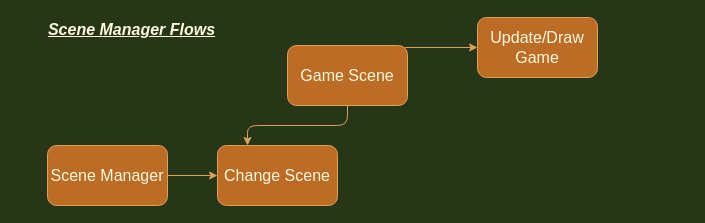
Above: page "SceneManager" (4 of 4) of flow_chart/Flow.drawio in MounirAia/Web-Shoot-em-up (draw.io), before the change. Source tidied: cells renumbered, new cells numbered last; positions are measured from the earlier drawing's top-left corner, leaving out a move shared by most shapes. Both pictures are drawn from the tidied source at 100%, with x=0, y=0 at pixel (41, 17).
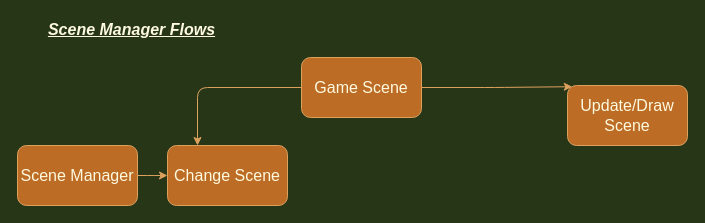
The same diagram, later.

The edit, as a diff of the source:
```diff
@@
 <mxGraphModel background="#283618">
   <root>
     <mxCell id="0" />
     <mxCell id="1" parent="0" />
     <mxCell id="2" value="&lt;u style=&quot;font-size: 16px&quot;&gt;&lt;b&gt;&lt;i&gt;Scene Manager Flows&lt;/i&gt;&lt;/b&gt;&lt;/u&gt;" style="text;html=1;align=center;verticalAlign=middle;strokeColor=none;fillColor=none;fontColor=#FEFAE0;" parent="1" vertex="1">
       <mxGeometry y="2" width="180" height="20" as="geometry" />
     </mxCell>
     <mxCell id="3" style="edgeStyle=orthogonalEdgeStyle;curved=0;rounded=1;sketch=0;jettySize=auto;html=1;fontColor=#FEFAE0;strokeColor=#DDA15E;fillColor=#BC6C25;" parent="1" edge="1" source="4" target="5">
       <mxGeometry relative="1" as="geometry" />
     </mxCell>
     <mxCell id="4" value="&lt;span style=&quot;font-size: 16px&quot;&gt;Scene Manager&lt;/span&gt;" style="rounded=1;whiteSpace=wrap;html=1;sketch=0;fontColor=#FEFAE0;strokeColor=#DDA15E;fillColor=#BC6C25;" parent="1" vertex="1">
-      <mxGeometry x="6" y="128" width="120" height="60" as="geometry" />
+      <mxGeometry x="-24" y="128" width="120" height="60" as="geometry" />
     </mxCell>
     <mxCell id="5" value="&lt;span style=&quot;font-size: 16px&quot;&gt;Change Scene&lt;/span&gt;" style="rounded=1;whiteSpace=wrap;html=1;sketch=0;fontColor=#FEFAE0;strokeColor=#DDA15E;fillColor=#BC6C25;" parent="1" vertex="1">
-      <mxGeometry x="176" y="128" width="120" height="60" as="geometry" />
+      <mxGeometry x="126" y="128" width="120" height="60" as="geometry" />
     </mxCell>
     <mxCell id="6" style="edgeStyle=orthogonalEdgeStyle;curved=0;rounded=1;sketch=0;jettySize=auto;html=1;entryX=0.25;entryY=0;entryDx=0;entryDy=0;fontColor=#FEFAE0;strokeColor=#DDA15E;fillColor=#BC6C25;" parent="1" edge="1" source="8" target="5">
       <mxGeometry relative="1" as="geometry" />
     </mxCell>
-    <mxCell id="7" style="edgeStyle=orthogonalEdgeStyle;curved=0;rounded=1;sketch=0;jettySize=auto;html=1;fontColor=#FEFAE0;strokeColor=#DDA15E;fillColor=#BC6C25;exitX=0.98;exitY=0.033;exitDx=0;exitDy=0;exitPerimeter=0;" parent="1" edge="1" source="8" target="9">
+    <mxCell id="7" style="edgeStyle=orthogonalEdgeStyle;curved=0;rounded=1;sketch=0;jettySize=auto;html=1;exitX=1;exitY=0.5;exitDx=0;exitDy=0;entryX=0.04;entryY=0.02;entryDx=0;entryDy=0;fontColor=#FEFAE0;strokeColor=#DDA15E;fillColor=#BC6C25;entryPerimeter=0;" parent="1" edge="1" source="8" target="9">
       <mxGeometry relative="1" as="geometry" />
     </mxCell>
     <mxCell id="8" value="&lt;span style=&quot;font-size: 16px&quot;&gt;Game Scene&lt;/span&gt;" style="whiteSpace=wrap;html=1;fillColor=#BC6C25;strokeColor=#DDA15E;fontColor=#FEFAE0;rounded=1;sketch=0;" parent="1" vertex="1">
-      <mxGeometry x="246" y="28" width="120" height="60" as="geometry" />
+      <mxGeometry x="260" y="40" width="120" height="60" as="geometry" />
     </mxCell>
-    <mxCell id="9" value="&lt;span style=&quot;font-size: 16px&quot;&gt;Update/Draw Game&lt;br&gt;&lt;/span&gt;" style="whiteSpace=wrap;html=1;fillColor=#BC6C25;strokeColor=#DDA15E;fontColor=#FEFAE0;rounded=1;sketch=0;" parent="1" vertex="1">
-      <mxGeometry x="436" width="120" height="60" as="geometry" />
+    <mxCell id="9" value="&lt;span style=&quot;font-size: 16px&quot;&gt;Update/Draw Scene&lt;br&gt;&lt;/span&gt;" style="whiteSpace=wrap;html=1;fillColor=#BC6C25;strokeColor=#DDA15E;fontColor=#FEFAE0;rounded=1;sketch=0;" parent="1" vertex="1">
+      <mxGeometry x="526" y="68" width="120" height="60" as="geometry" />
     </mxCell>
   </root>
 </mxGraphModel>
```
